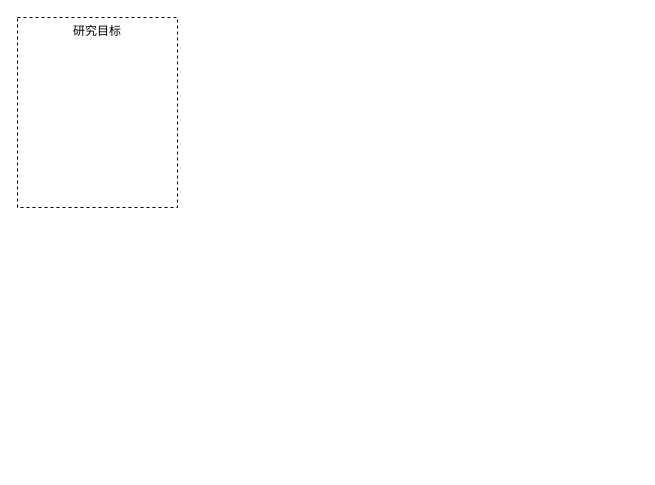
Above: 开题报告.drawio in lilingkang/drawio-files (draw.io), before the change. Source tidied: cells renumbered, new cells numbered last; positions are measured from the earlier drawing's top-left corner, leaving out a move shared by most shapes. Both pictures are drawn from the tidied source at 100%, with x=0, y=0 at pixel (17, 17).
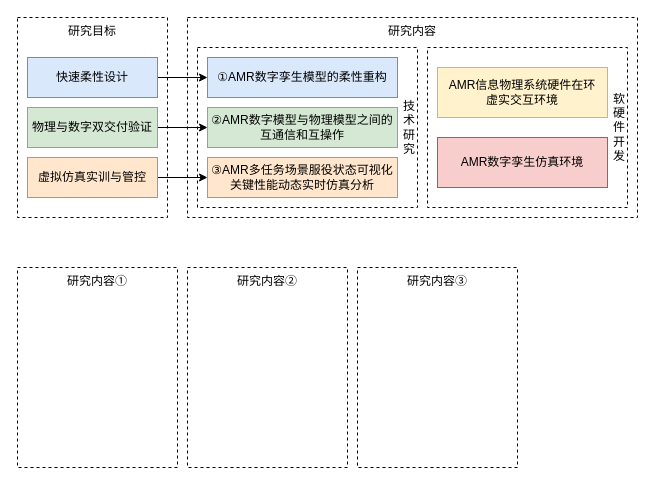
Above is the later version.

Commit message (it also covers changes not shown here):
更新开题报告.drawio

Diff of the diagram source:
```diff
@@
 <mxGraphModel>
   <root>
     <mxCell id="0" />
     <mxCell id="1" parent="0" />
-    <mxCell id="2" value="研究目标" style="rounded=0;whiteSpace=wrap;html=1;dashed=1;verticalAlign=top;" parent="1" vertex="1">
-      <mxGeometry width="160" height="190" as="geometry" />
+    <mxCell id="2" value="研究目标" style="rounded=0;whiteSpace=wrap;html=1;dashed=1;verticalAlign=top;fillColor=none;" parent="1" vertex="1">
+      <mxGeometry width="150" height="200" as="geometry" />
     </mxCell>
+    <mxCell id="3" style="edgeStyle=orthogonalEdgeStyle;rounded=0;jettySize=auto;html=1;entryX=0;entryY=0.5;entryDx=0;entryDy=0;" parent="1" edge="1" source="4" target="11">
+      <mxGeometry relative="1" as="geometry" />
+    </mxCell>
+    <mxCell id="4" value="快速柔性设计" style="rounded=0;whiteSpace=wrap;html=1;fillColor=#dae8fc;strokeColor=#6c8ebf;" parent="1" vertex="1">
+      <mxGeometry x="10" y="40" width="130" height="40" as="geometry" />
+    </mxCell>
+    <mxCell id="5" style="edgeStyle=orthogonalEdgeStyle;rounded=0;jettySize=auto;html=1;entryX=0;entryY=0.5;entryDx=0;entryDy=0;" parent="1" edge="1" source="6" target="12">
+      <mxGeometry relative="1" as="geometry" />
+    </mxCell>
+    <mxCell id="6" value="物理与数字双交付验证" style="rounded=0;whiteSpace=wrap;html=1;fillColor=#d5e8d4;strokeColor=#82b366;" parent="1" vertex="1">
+      <mxGeometry x="10" y="90" width="130" height="40" as="geometry" />
+    </mxCell>
+    <mxCell id="7" style="edgeStyle=orthogonalEdgeStyle;rounded=0;jettySize=auto;html=1;entryX=0;entryY=0.5;entryDx=0;entryDy=0;" parent="1" edge="1" source="8" target="13">
+      <mxGeometry relative="1" as="geometry" />
+    </mxCell>
+    <mxCell id="8" value="虚拟仿真实训与管控" style="rounded=0;whiteSpace=wrap;html=1;fillColor=#ffe6cc;strokeColor=#d79b00;" parent="1" vertex="1">
+      <mxGeometry x="10" y="140" width="130" height="40" as="geometry" />
+    </mxCell>
+    <mxCell id="9" value="研究内容" style="rounded=0;whiteSpace=wrap;html=1;dashed=1;verticalAlign=top;fillColor=none;" parent="1" vertex="1">
+      <mxGeometry x="170" width="450" height="200" as="geometry" />
+    </mxCell>
+    <mxCell id="10" value="技&lt;br&gt;术&lt;br&gt;研&lt;br&gt;究" style="rounded=0;whiteSpace=wrap;html=1;fillColor=none;dashed=1;align=right;labelPosition=center;verticalLabelPosition=middle;verticalAlign=middle;horizontal=1;fontStyle=0;" parent="1" vertex="1">
+      <mxGeometry x="180" y="30" width="220" height="160" as="geometry" />
+    </mxCell>
+    <mxCell id="11" value="①AMR数字孪生模型的柔性重构" style="rounded=0;whiteSpace=wrap;html=1;fillColor=#dae8fc;strokeColor=#6c8ebf;" parent="1" vertex="1">
+      <mxGeometry x="190" y="40" width="190" height="40" as="geometry" />
+    </mxCell>
+    <mxCell id="12" value="②AMR数字模型与物理模型之间的&lt;br&gt;互通信和互操作" style="rounded=0;whiteSpace=wrap;html=1;fillColor=#d5e8d4;strokeColor=#82b366;" parent="1" vertex="1">
+      <mxGeometry x="190" y="90" width="190" height="40" as="geometry" />
+    </mxCell>
+    <mxCell id="13" value="③AMR多任务场景服役状态可视化&lt;br&gt;关键性能动态实时仿真分析" style="rounded=0;whiteSpace=wrap;html=1;fillColor=#ffe6cc;strokeColor=#d79b00;" parent="1" vertex="1">
+      <mxGeometry x="190" y="140" width="190" height="40" as="geometry" />
+    </mxCell>
+    <mxCell id="14" value="软&lt;br&gt;硬&lt;br&gt;件&lt;br&gt;开&lt;br&gt;发" style="rounded=0;whiteSpace=wrap;html=1;fillColor=none;dashed=1;align=right;labelPosition=center;verticalLabelPosition=middle;verticalAlign=middle;horizontal=1;fontStyle=0;" parent="1" vertex="1">
+      <mxGeometry x="410" y="30" width="200" height="160" as="geometry" />
+    </mxCell>
+    <mxCell id="15" value="&lt;div style=&quot;font-size: medium;&quot;&gt;&lt;p style=&quot;margin: 0pt 0pt 0.0001pt; font-size: 12px;&quot; class=&quot;MsoNormal&quot;&gt;&lt;font style=&quot;font-size: 12px;&quot;&gt;AMR&lt;/font&gt;&lt;font style=&quot;font-size: 12px;&quot;&gt;信息物理系统硬件在环&lt;/font&gt;&lt;/p&gt;&lt;p style=&quot;margin: 0pt 0pt 0.0001pt; font-size: 12px;&quot; class=&quot;MsoNormal&quot;&gt;&lt;font style=&quot;font-size: 12px;&quot;&gt;虚实交互环境&lt;/font&gt;&lt;/p&gt;&lt;/div&gt;" style="rounded=0;whiteSpace=wrap;html=1;fillColor=#fff2cc;strokeColor=#d6b656;align=center;" parent="1" vertex="1">
+      <mxGeometry x="420" y="50" width="170" height="50" as="geometry" />
+    </mxCell>
+    <mxCell id="16" value="&lt;div style=&quot;font-size: medium;&quot;&gt;&lt;div style=&quot;text-align: start;&quot;&gt;&lt;p style=&quot;margin: 0pt 0pt 0.0001pt; text-align: justify; font-size: 12px;&quot; class=&quot;MsoNormal&quot;&gt;&lt;span style=&quot;&quot;&gt;&lt;font style=&quot;font-size: 12px;&quot;&gt;AMR&lt;/font&gt;&lt;font style=&quot;font-size: 12px;&quot;&gt;数字孪生仿真环境&lt;/font&gt;&lt;/span&gt;&lt;/p&gt;&lt;/div&gt;&lt;/div&gt;" style="rounded=0;whiteSpace=wrap;html=1;fillColor=#f8cecc;strokeColor=#b85450;align=center;" parent="1" vertex="1">
+      <mxGeometry x="420" y="120" width="170" height="50" as="geometry" />
+    </mxCell>
+    <mxCell id="17" value="研究内容①" style="rounded=0;whiteSpace=wrap;html=1;dashed=1;fontFamily=Helvetica;fontSize=12;fillColor=none;verticalAlign=top;" parent="1" vertex="1">
+      <mxGeometry y="250" width="160" height="200" as="geometry" />
+    </mxCell>
+    <mxCell id="18" value="研究内容②" style="rounded=0;whiteSpace=wrap;html=1;dashed=1;fontFamily=Helvetica;fontSize=12;fillColor=none;verticalAlign=top;" parent="1" vertex="1">
+      <mxGeometry x="170" y="250" width="160" height="200" as="geometry" />
+    </mxCell>
+    <mxCell id="19" value="研究内容③" style="rounded=0;whiteSpace=wrap;html=1;dashed=1;fontFamily=Helvetica;fontSize=12;fillColor=none;verticalAlign=top;" parent="1" vertex="1">
+      <mxGeometry x="340" y="250" width="160" height="200" as="geometry" />
+    </mxCell>
   </root>
 </mxGraphModel>
```
